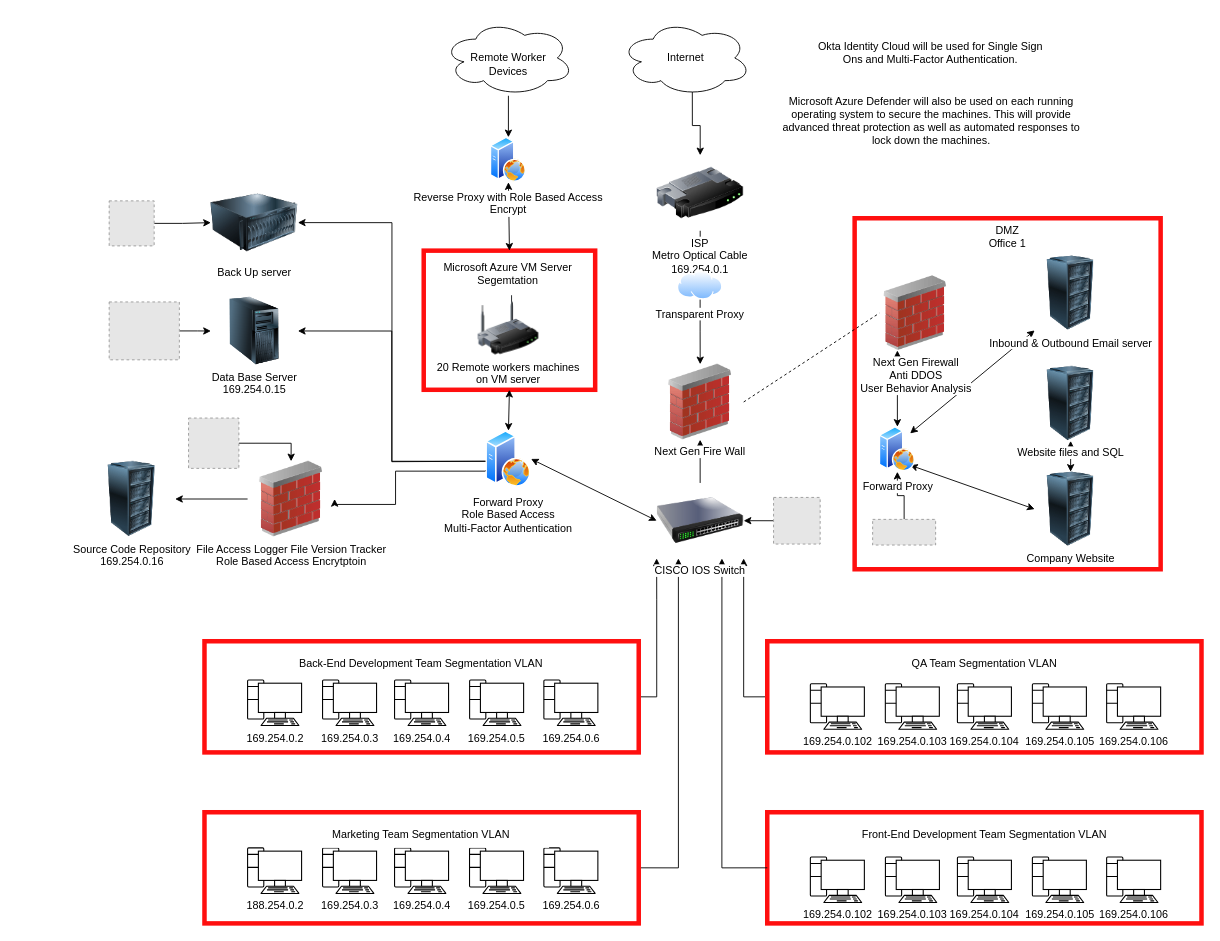
s4mmie/CompSci120 keeps this draw.io diagram as page "Page-2" (2 of 2) of FlowCharts/Untitled Diagram.drawio. Above is the earlier version. Source tidied: cells renumbered, new cells numbered last; positions are measured from the earlier drawing's top-left corner, leaving out a move shared by most shapes. Both pictures are drawn from the tidied source at 90%, with x=0, y=0 at pixel (87, 15). Pictures stored in the file or linked from it are replaced by grey dashed boxes.
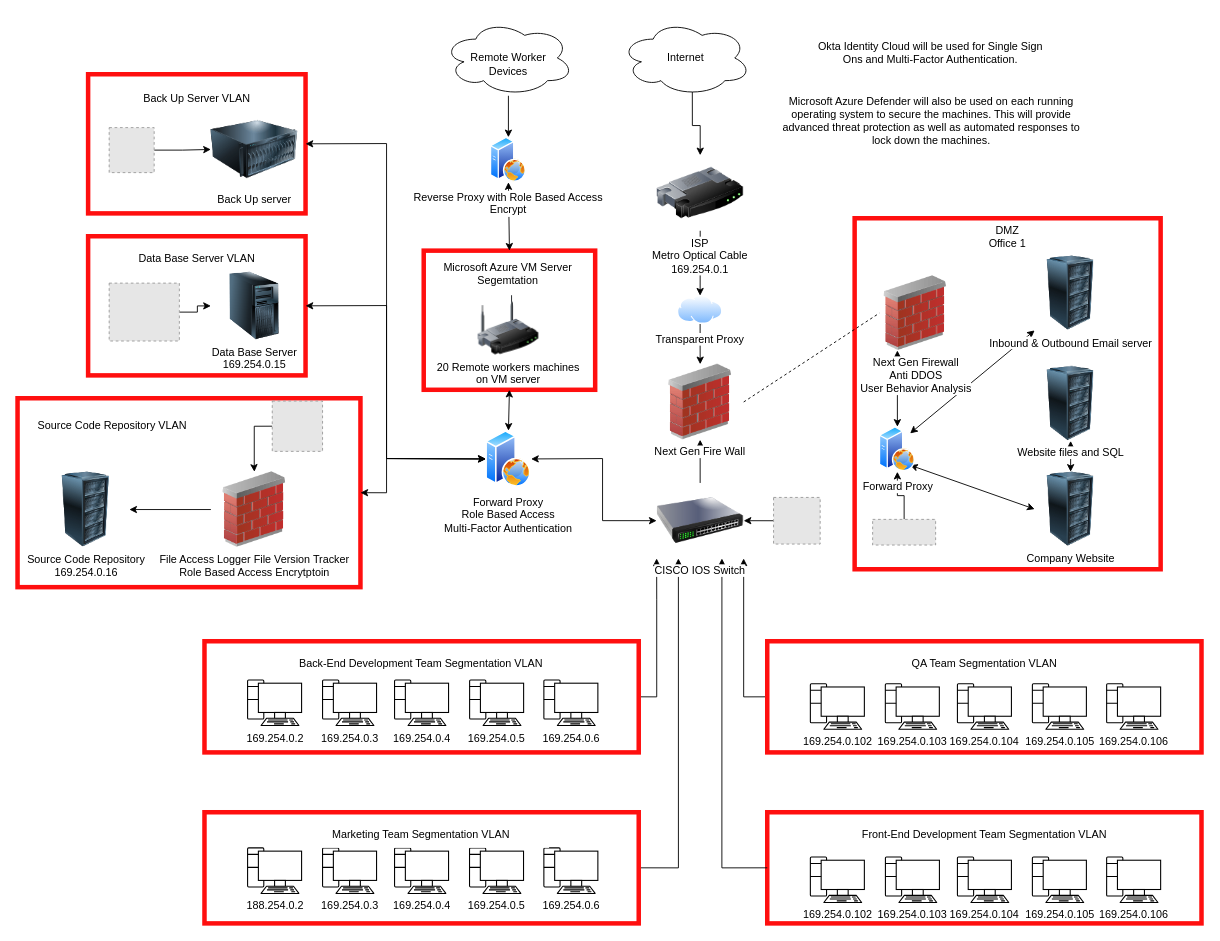
The same page after the edit.

Unchanged cells that the change refers to:
```xml
<mxCell id="37" value="Forward Proxy&lt;br&gt;Role Based Access&lt;br&gt;Multi-Factor Authentication" style="image;perimeter=ellipsePerimeter;html=1;align=center;shadow=0;dashed=0;spacingTop=3;image=img/lib/active_directory/web_server.svg;" parent="1" vertex="1">
  <mxGeometry x="442.3" y="461" width="50.3" height="62.9" as="geometry" />
</mxCell>
<mxCell id="83" value="CISCO IOS Switch" style="image;html=1;image=img/lib/clip_art/networking/Switch_128x128.png;" parent="1" vertex="1">
  <mxGeometry x="632.1" y="519.1" width="96.7" height="83.9" as="geometry" />
</mxCell>
```

The edit, as a diff of the source:
```diff
@@
+    <mxCell id="84" style="rounded=0;whiteSpace=wrap;html=1;fillColor=none;strokeWidth=5;strokeColor=#FF0F0F;" parent="1" vertex="1">
+      <mxGeometry x="-78" y="425" width="381" height="209.9" as="geometry" />
+    </mxCell>
+    <mxCell id="85" style="rounded=0;whiteSpace=wrap;html=1;fillColor=none;strokeWidth=5;strokeColor=#FF0F0F;" parent="1" vertex="1">
+      <mxGeometry x="0.4" y="245" width="241.6" height="154.6" as="geometry" />
+    </mxCell>
@@
     <mxCell id="12" value="Source Code Repository&lt;br&gt;169.254.0.16" style="image;html=1;image=img/lib/clip_art/computers/Server_Rack_128x128.png;" parent="1" vertex="1">
-      <mxGeometry x="0.4" y="495" width="96.7" height="83.9" as="geometry" />
+      <mxGeometry x="-50.5" y="506.7" width="96.7" height="83.9" as="geometry" />
     </mxCell>
     <mxCell id="13" value="Back Up server" style="image;html=1;image=img/lib/clip_art/computers/Server_128x128.png;" parent="1" vertex="1">
-      <mxGeometry x="136.8" y="187.9" width="96.7" height="83.9" as="geometry" />
+      <mxGeometry x="136.8" y="106.6" width="96.7" height="83.9" as="geometry" />
     </mxCell>
@@
     <mxCell id="16" value="Data Base Server&lt;br&gt;169.254.0.15" style="image;html=1;image=img/lib/clip_art/computers/Server_Tower_128x128.png;" parent="1" vertex="1">
-      <mxGeometry x="136.8" y="312.7" width="96.7" height="75.1" as="geometry" />
+      <mxGeometry x="136.8" y="284.8" width="96.7" height="75.1" as="geometry" />
     </mxCell>
@@
     <mxCell id="31" value="Transparent Proxy" style="image;perimeter=ellipsePerimeter;html=1;align=center;shadow=0;dashed=0;spacingTop=3;image=img/lib/active_directory/internet_cloud.svg;" parent="1" vertex="1">
-      <mxGeometry x="655.4" y="283.9" width="50" height="31.5" as="geometry" />
+      <mxGeometry x="655.4" y="311" width="50" height="31.5" as="geometry" />
     </mxCell>
@@
     <mxCell id="33" value="File Access Logger File Version Tracker&lt;br&gt;Role Based Access Encrytptoin" style="image;html=1;image=img/lib/clip_art/networking/Firewall_02_128x128.png;" parent="1" vertex="1">
-      <mxGeometry x="177.6" y="495" width="96.7" height="83.9" as="geometry" />
+      <mxGeometry x="136.8" y="506.7" width="96.7" height="83.9" as="geometry" />
     </mxCell>
-    <mxCell id="34" style="edgeStyle=orthogonalEdgeStyle;rounded=0;jettySize=auto;html=1;entryX=1;entryY=0.5;entryDx=0;entryDy=0;exitX=0;exitY=0.25;exitDx=0;exitDy=0;" parent="1" edge="1" source="37" target="13">
-      <mxGeometry relative="1" as="geometry">
-        <Array as="points">
-          <mxPoint x="445" y="495" />
-          <mxPoint x="338" y="495" />
-          <mxPoint x="338" y="230" />
-        </Array>
-      </mxGeometry>
-    </mxCell>
-    <mxCell id="35" style="edgeStyle=orthogonalEdgeStyle;rounded=0;jettySize=auto;html=1;entryX=1;entryY=0.5;entryDx=0;entryDy=0;" parent="1" edge="1" target="33">
-      <mxGeometry relative="1" as="geometry">
-        <mxPoint x="442" y="505" as="sourcePoint" />
-        <Array as="points">
-          <mxPoint x="342" y="506" />
-          <mxPoint x="342" y="543" />
-        </Array>
-      </mxGeometry>
-    </mxCell>
-    <mxCell id="36" style="edgeStyle=orthogonalEdgeStyle;rounded=0;jettySize=auto;html=1;entryX=1;entryY=0.5;entryDx=0;entryDy=0;" parent="1" edge="1" target="16">
-      <mxGeometry relative="1" as="geometry">
-        <mxPoint x="442" y="495" as="sourcePoint" />
-      </mxGeometry>
-    </mxCell>
@@
     <mxCell id="44" style="fillColor=#E6E6E6;strokeColor=#999999;dashed=1;verticalLabelPosition=bottom;labelBackgroundColor=default;verticalAlign=top;" parent="1" vertex="1">
-      <mxGeometry x="23.8" y="318" width="78" height="64.3" as="geometry" />
+      <mxGeometry x="23.8" y="297.1" width="78" height="64.3" as="geometry" />
     </mxCell>
@@
     <mxCell id="46" style="fillColor=#E6E6E6;strokeColor=#999999;dashed=1;verticalLabelPosition=bottom;labelBackgroundColor=default;verticalAlign=top;" parent="1" vertex="1">
-      <mxGeometry x="23.8" y="205.7" width="50" height="50" as="geometry" />
+      <mxGeometry x="23.8" y="124.3" width="50" height="50" as="geometry" />
     </mxCell>
-    <mxCell id="47" style="edgeStyle=orthogonalEdgeStyle;rounded=0;jettySize=auto;html=1;exitX=1;exitY=0.5;exitDx=0;exitDy=0;entryX=0.5;entryY=0;entryDx=0;entryDy=0;" parent="1" edge="1" source="48" target="33">
+    <mxCell id="47" style="edgeStyle=orthogonalEdgeStyle;rounded=0;jettySize=auto;html=1;exitX=0;exitY=0.5;exitDx=0;exitDy=0;entryX=0.5;entryY=0;entryDx=0;entryDy=0;" parent="1" edge="1" source="48" target="33">
       <mxGeometry relative="1" as="geometry" />
     </mxCell>
     <mxCell id="48" style="fillColor=#E6E6E6;strokeColor=#999999;dashed=1;verticalLabelPosition=bottom;labelBackgroundColor=default;verticalAlign=top;" parent="1" vertex="1">
-      <mxGeometry x="112" y="447" width="55.9" height="55.9" as="geometry" />
+      <mxGeometry x="205" y="428.1" width="55.9" height="55.9" as="geometry" />
     </mxCell>
@@
     <mxCell id="75" style="endArrow=classic;startArrow=classic;html=1;rounded=0;exitX=1;exitY=0.5;exitDx=0;exitDy=0;entryX=0;entryY=0.5;entryDx=0;entryDy=0;" parent="1" edge="1" source="37" target="83">
-      <mxGeometry relative="1" as="geometry" />
+      <mxGeometry relative="1" as="geometry">
+        <Array as="points">
+          <mxPoint x="572" y="492" />
+          <mxPoint x="572" y="561" />
+        </Array>
+      </mxGeometry>
     </mxCell>
@@
+    <mxCell id="86" style="rounded=0;whiteSpace=wrap;html=1;fillColor=none;strokeWidth=5;strokeColor=#FF0F0F;" parent="1" vertex="1">
+      <mxGeometry x="0.4" y="65" width="241.6" height="154.6" as="geometry" />
+    </mxCell>
+    <mxCell id="87" value="Back Up Server VLAN" style="text;html=1;align=center;verticalAlign=middle;strokeColor=none;fillColor=none;" parent="1" vertex="1">
+      <mxGeometry x="51.2" y="76.6" width="140" height="30" as="geometry" />
+    </mxCell>
+    <mxCell id="88" style="endArrow=classic;startArrow=classic;html=1;rounded=0;exitX=1;exitY=0.5;exitDx=0;exitDy=0;entryX=0;entryY=0.5;entryDx=0;entryDy=0;" parent="1" edge="1" source="85" target="37">
+      <mxGeometry relative="1" as="geometry">
+        <Array as="points">
+          <mxPoint x="332" y="322" />
+          <mxPoint x="332" y="492" />
+        </Array>
+      </mxGeometry>
+    </mxCell>
+    <mxCell id="89" value="Data Base Server VLAN" style="text;html=1;align=center;verticalAlign=middle;strokeColor=none;fillColor=none;" parent="1" vertex="1">
+      <mxGeometry x="46.2" y="254.8" width="150" height="30" as="geometry" />
+    </mxCell>
+    <mxCell id="90" value="Source Code Repository VLAN" style="text;html=1;align=center;verticalAlign=middle;strokeColor=none;fillColor=none;" parent="1" vertex="1">
+      <mxGeometry x="-68" y="441" width="190" height="30" as="geometry" />
+    </mxCell>
+    <mxCell id="91" style="endArrow=classic;startArrow=classic;html=1;rounded=0;exitX=0;exitY=0.5;exitDx=0;exitDy=0;entryX=1;entryY=0.5;entryDx=0;entryDy=0;" parent="1" edge="1" source="37" target="84">
+      <mxGeometry relative="1" as="geometry">
+        <Array as="points">
+          <mxPoint x="332" y="492" />
+          <mxPoint x="332" y="530" />
+        </Array>
+      </mxGeometry>
+    </mxCell>
+    <mxCell id="92" style="endArrow=classic;startArrow=classic;html=1;rounded=0;exitX=1;exitY=0.5;exitDx=0;exitDy=0;entryX=0;entryY=0.5;entryDx=0;entryDy=0;" parent="1" edge="1" source="86" target="37">
+      <mxGeometry relative="1" as="geometry">
+        <Array as="points">
+          <mxPoint x="332" y="142" />
+          <mxPoint x="332" y="325" />
+          <mxPoint x="332" y="492" />
+        </Array>
+      </mxGeometry>
+    </mxCell>
```
